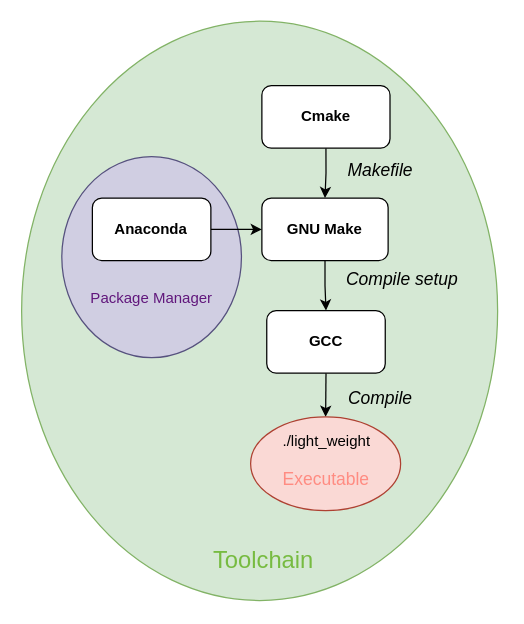
This is fig/lightweight toolchain.drawio from gotvinne/Light-weight-MPC, a draw.io file, before an edit. Source tidied: cells renumbered, new cells numbered last; positions are measured from the earlier drawing's top-left corner, leaving out a move shared by most shapes. Both pictures are drawn from the tidied source at 125%, with x=0, y=0 at pixel (-31, 72).
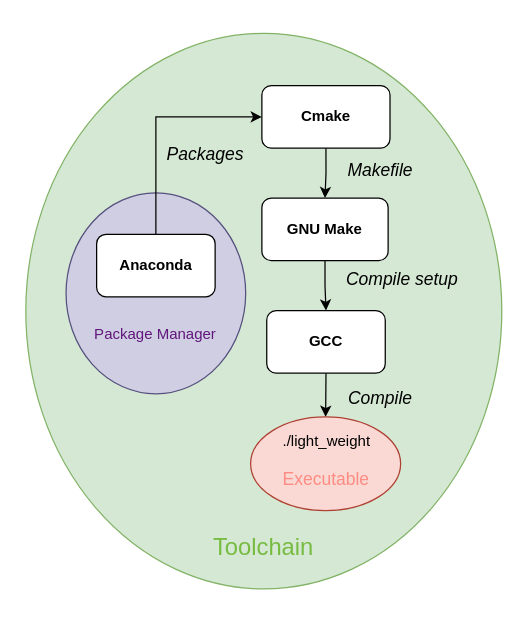
After the change.

The change refers to these unchanged cells:
```xml
<mxCell id="4" value="&lt;b&gt;Cmake&lt;/b&gt;" style="rounded=1;whiteSpace=wrap;html=1;" parent="1" vertex="1">
  <mxGeometry x="234" y="10" width="102.5" height="50" as="geometry" />
</mxCell>
<mxCell id="6" value="&lt;b&gt;GNU Make&lt;/b&gt;" style="rounded=1;whiteSpace=wrap;html=1;" parent="1" vertex="1">
  <mxGeometry x="234" y="100" width="101" height="50" as="geometry" />
</mxCell>
```

What changed in the source:
```diff
@@
     <mxCell id="2" style="ellipse;whiteSpace=wrap;html=1;fillColor=#d5e8d4;rotation=90;strokeColor=#82B366;" parent="1" vertex="1">
-      <mxGeometry x="0.5" y="-0.2" width="463.4" height="380.8" as="geometry" />
+      <mxGeometry x="13.3" width="444.5" height="380.8" as="geometry" />
     </mxCell>
@@
     <mxCell id="9" style="ellipse;whiteSpace=wrap;html=1;strokeColor=#56517e;fillColor=#d0cee2;rotation=-90;" parent="1" vertex="1">
-      <mxGeometry x="65.4" y="75.4" width="160.8" height="143.7" as="geometry" />
+      <mxGeometry x="68.8" y="104.3" width="160.8" height="143.7" as="geometry" />
     </mxCell>
-    <mxCell id="10" style="edgeStyle=orthogonalEdgeStyle;rounded=0;jettySize=auto;html=1;exitX=1;exitY=0.5;exitDx=0;exitDy=0;entryX=0;entryY=0.5;entryDx=0;entryDy=0;fontSize=17;fontColor=#77bb41;" parent="1" edge="1" source="11" target="6">
-      <mxGeometry relative="1" as="geometry" />
-    </mxCell>
+    <mxCell id="20" style="edgeStyle=orthogonalEdgeStyle;rounded=0;jettySize=auto;html=1;exitX=0.5;exitY=0;exitDx=0;exitDy=0;entryX=0;entryY=0.5;entryDx=0;entryDy=0;" parent="1" edge="1" source="11" target="4">
+      <mxGeometry relative="1" as="geometry" />
+    </mxCell>
     <mxCell id="11" value="&lt;b&gt;Anaconda&lt;/b&gt;" style="rounded=1;whiteSpace=wrap;html=1;" parent="1" vertex="1">
-      <mxGeometry x="98.4" y="100" width="94.8" height="50" as="geometry" />
+      <mxGeometry x="101.8" y="128.9" width="94.8" height="50" as="geometry" />
     </mxCell>
     <mxCell id="12" value="Package Manager" style="text;html=1;strokeColor=#56517E;fillColor=#d0cee2;align=center;verticalAlign=middle;whiteSpace=wrap;rounded=0;fontColor=#61177c;opacity=0;" parent="1" vertex="1">
-      <mxGeometry x="75.8" y="160" width="140" height="40" as="geometry" />
+      <mxGeometry x="79.2" y="188.9" width="140" height="40" as="geometry" />
     </mxCell>
     <mxCell id="13" value="&lt;font style=&quot;font-size: 19px;&quot; color=&quot;#77bb41&quot;&gt;Toolchain&lt;/font&gt;" style="text;html=1;strokeColor=#56517E;fillColor=#d0cee2;align=center;verticalAlign=middle;whiteSpace=wrap;rounded=0;fontColor=#61177c;opacity=0;" parent="1" vertex="1">
-      <mxGeometry x="177.2" y="370" width="116.8" height="40" as="geometry" />
+      <mxGeometry x="177.2" y="360" width="116.8" height="40" as="geometry" />
     </mxCell>
@@
+    <mxCell id="21" value="Packages" style="text;html=1;strokeColor=none;fillColor=none;align=center;verticalAlign=middle;whiteSpace=wrap;rounded=0;fontSize=14;fontColor=#000000;fontStyle=2;" parent="1" vertex="1">
+      <mxGeometry x="159.2" y="50" width="60" height="30" as="geometry" />
+    </mxCell>
```
